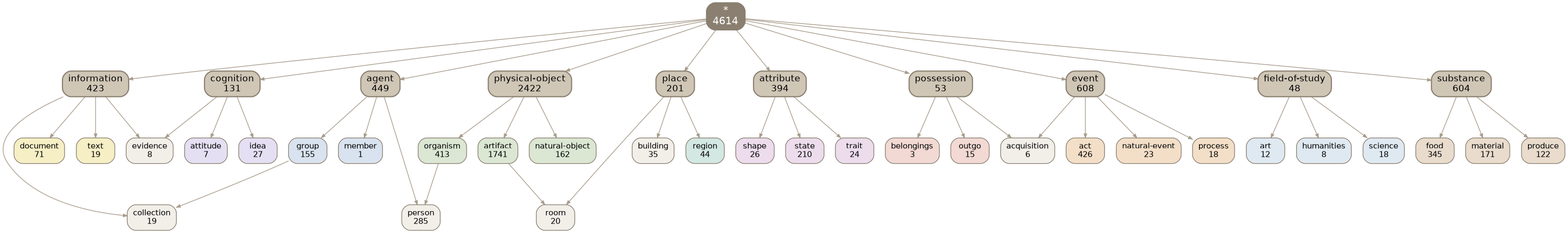
Above: docs/img/top.png in petfold/ontodag-core (Graphviz), before the change. Its source is kept beside it as docs/img/top.dot.
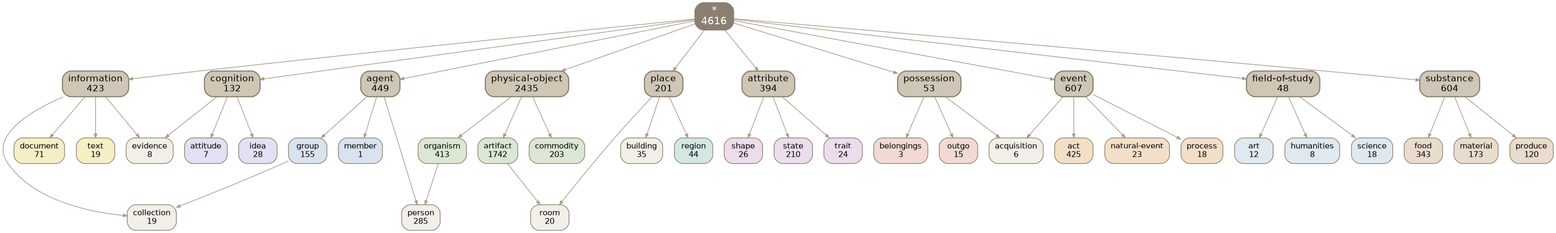
After the commit.

Diff of the diagram source:
```diff
@@ -2,7 +2,7 @@
   root="*"; rankdir=TB; ranksep=0.8; nodesep=0.22; splines=true; outputorder=edgesfirst;
   node [shape=box, style="rounded,filled", color="#8a7f70", fontname=Helvetica, fontsize=11];
   edge [color="#a89c8c", arrowsize=0.55];
-  "*" [label="*\n4614" fillcolor="#8a7f70" fontcolor="white" fontsize=14 penwidth=1.6];
+  "*" [label="*\n4616" fillcolor="#8a7f70" fontcolor="white" fontsize=14 penwidth=1.6];
   "*" -> "agent";
   "*" -> "attribute";
   "*" -> "cognition";
@@ -14,37 +14,37 @@
   "*" -> "possession";
   "*" -> "substance";
   "acquisition" [label="acquisition\n6" fillcolor="#f2efe9"];
-  "act" [label="act\n426" fillcolor="#f3dfc8"];
+  "act" [label="act\n425" fillcolor="#f3dfc8"];
   "agent" [label="agent\n449" fillcolor="#cfc6b6" fontsize=13 penwidth=1.6];
   "art" [label="art\n12" fillcolor="#dfe9f2"];
-  "artifact" [label="artifact\n1741" fillcolor="#dbe7d3"];
+  "artifact" [label="artifact\n1742" fillcolor="#dbe7d3"];
   "attitude" [label="attitude\n7" fillcolor="#e4dff2"];
   "attribute" [label="attribute\n394" fillcolor="#cfc6b6" fontsize=13 penwidth=1.6];
   "belongings" [label="belongings\n3" fillcolor="#f2d9d3"];
   "building" [label="building\n35" fillcolor="#f2efe9"];
-  "cognition" [label="cognition\n131" fillcolor="#cfc6b6" fontsize=13 penwidth=1.6];
+  "cognition" [label="cognition\n132" fillcolor="#cfc6b6" fontsize=13 penwidth=1.6];
   "collection" [label="collection\n19" fillcolor="#f2efe9"];
+  "commodity" [label="commodity\n203" fillcolor="#dbe7d3"];
   "document" [label="document\n71" fillcolor="#f6efc5"];
-  "event" [label="event\n608" fillcolor="#cfc6b6" fontsize=13 penwidth=1.6];
+  "event" [label="event\n607" fillcolor="#cfc6b6" fontsize=13 penwidth=1.6];
   "evidence" [label="evidence\n8" fillcolor="#f2efe9"];
   "field-of-study" [label="field-of-study\n48" fillcolor="#cfc6b6" fontsize=13 penwidth=1.6];
-  "food" [label="food\n345" fillcolor="#e9dccd"];
+  "food" [label="food\n343" fillcolor="#e9dccd"];
   "group" [label="group\n155" fillcolor="#d9e3ef"];
   "humanities" [label="humanities\n8" fillcolor="#dfe9f2"];
-  "idea" [label="idea\n27" fillcolor="#e4dff2"];
+  "idea" [label="idea\n28" fillcolor="#e4dff2"];
   "information" [label="information\n423" fillcolor="#cfc6b6" fontsize=13 penwidth=1.6];
-  "material" [label="material\n171" fillcolor="#e9dccd"];
+  "material" [label="material\n173" fillcolor="#e9dccd"];
   "member" [label="member\n1" fillcolor="#d9e3ef"];
   "natural-event" [label="natural-event\n23" fillcolor="#f3dfc8"];
-  "natural-object" [label="natural-object\n162" fillcolor="#dbe7d3"];
   "organism" [label="organism\n413" fillcolor="#dbe7d3"];
   "outgo" [label="outgo\n15" fillcolor="#f2d9d3"];
   "person" [label="person\n285" fillcolor="#f2efe9"];
-  "physical-object" [label="physical-object\n2422" fillcolor="#cfc6b6" fontsize=13 penwidth=1.6];
+  "physical-object" [label="physical-object\n2435" fillcolor="#cfc6b6" fontsize=13 penwidth=1.6];
   "place" [label="place\n201" fillcolor="#cfc6b6" fontsize=13 penwidth=1.6];
   "possession" [label="possession\n53" fillcolor="#cfc6b6" fontsize=13 penwidth=1.6];
   "process" [label="process\n18" fillcolor="#f3dfc8"];
-  "produce" [label="produce\n122" fillcolor="#e9dccd"];
+  "produce" [label="produce\n120" fillcolor="#e9dccd"];
   "region" [label="region\n44" fillcolor="#d3e7e3"];
   "room" [label="room\n20" fillcolor="#f2efe9"];
   "science" [label="science\n18" fillcolor="#dfe9f2"];
@@ -54,39 +54,39 @@
   "text" [label="text\n19" fillcolor="#f6efc5"];
   "trait" [label="trait\n24" fillcolor="#ecdcec"];
   { rank=same; "agent" "attribute" "cognition" "event" "field-of-study" "information" "physical-object" "place" "possession" "substance" }
-  "possession" -> "outgo";
+  "field-of-study" -> "art";
+  "group" -> "collection";
+  "information" -> "collection";
+  "field-of-study" -> "humanities";
+  "cognition" -> "attitude";
+  "attribute" -> "state";
+  "agent" -> "group";
+  "field-of-study" -> "science";
+  "agent" -> "person";
+  "organism" -> "person";
+  "substance" -> "material";
+  "physical-object" -> "organism";
+  "cognition" -> "idea";
+  "substance" -> "produce";
+  "agent" -> "member";
+  "attribute" -> "trait";
+  "physical-object" -> "commodity";
+  "possession" -> "belongings";
+  "event" -> "process";
   "information" -> "text";
-  "substance" -> "material";
+  "attribute" -> "shape";
+  "artifact" -> "room";
+  "place" -> "room";
   "cognition" -> "evidence";
   "information" -> "evidence";
-  "cognition" -> "attitude";
-  "physical-object" -> "natural-object";
-  "agent" -> "person";
-  "organism" -> "person";
-  "substance" -> "food";
-  "place" -> "building";
-  "agent" -> "member";
-  "group" -> "collection";
-  "information" -> "collection";
-  "event" -> "process";
-  "possession" -> "belongings";
-  "field-of-study" -> "humanities";
-  "event" -> "natural-event";
-  "attribute" -> "shape";
-  "place" -> "region";
-  "physical-object" -> "artifact";
-  "substance" -> "produce";
-  "field-of-study" -> "science";
-  "attribute" -> "trait";
-  "artifact" -> "room";
-  "place" -> "room";
-  "agent" -> "group";
   "event" -> "acquisition";
   "possession" -> "acquisition";
-  "physical-object" -> "organism";
+  "place" -> "building";
   "event" -> "act";
+  "substance" -> "food";
+  "physical-object" -> "artifact";
+  "event" -> "natural-event";
+  "possession" -> "outgo";
   "information" -> "document";
-  "cognition" -> "idea";
-  "field-of-study" -> "art";
-  "attribute" -> "state";
+  "place" -> "region";
 }
```
